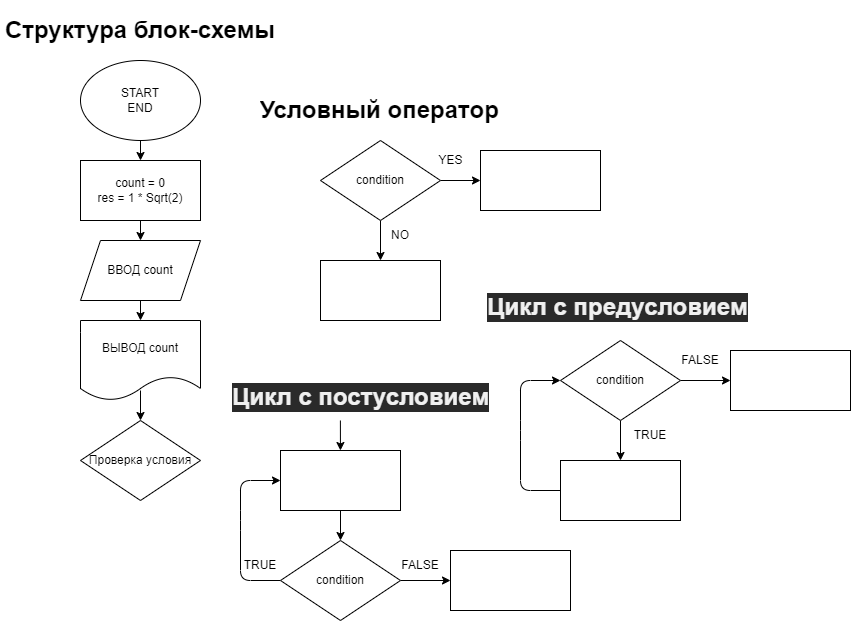
Earlier version of the draw.io export ex000.drawio.png (Evangelinka/practicum). Source tidied: cells renumbered, new cells last; positions are measured from the earlier drawing's top-left corner, leaving out a move shared by most shapes.
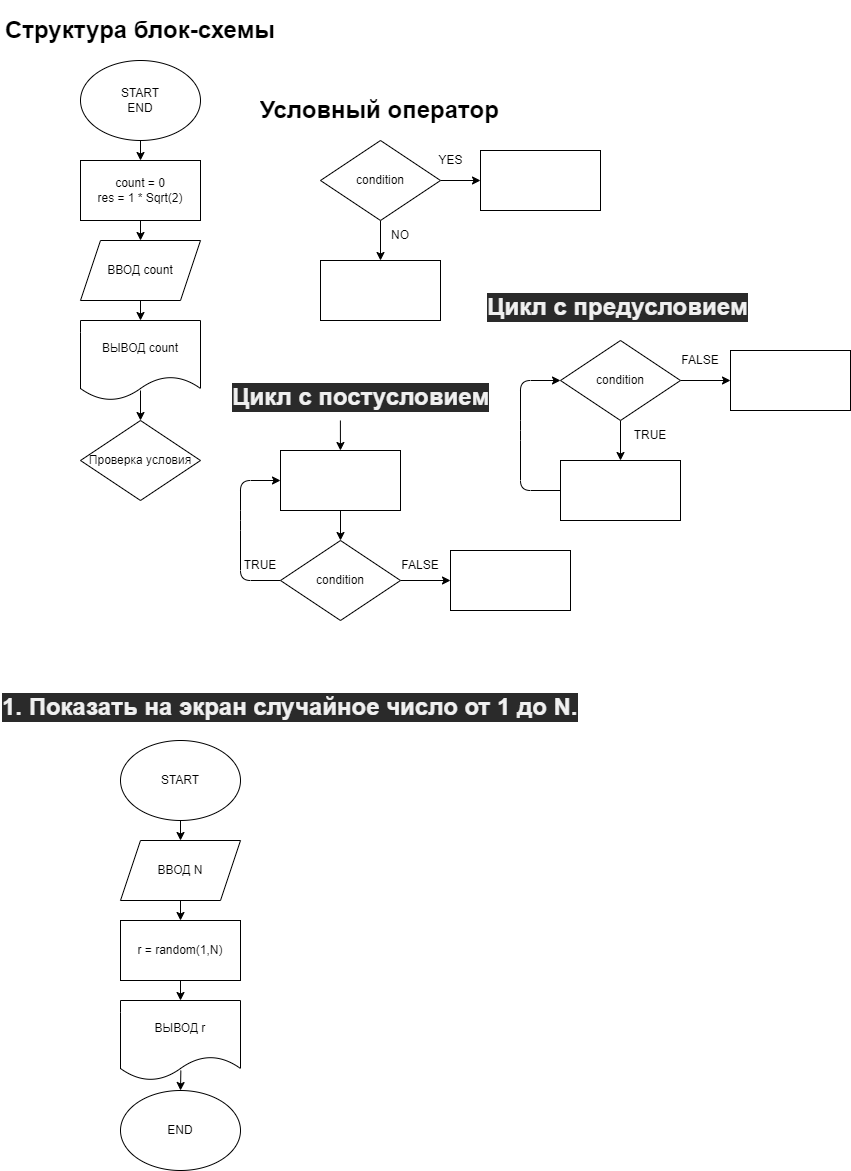
After the commit.

Commit message:
решили 1 задачу

Change to the diagram source:
```diff
@@ -127,5 +127,37 @@
     <mxCell id="38" value="FALSE" style="text;html=1;strokeColor=none;fillColor=none;align=center;verticalAlign=middle;whiteSpace=wrap;rounded=0;" parent="1" vertex="1">
       <mxGeometry x="390" y="540" width="60" height="30" as="geometry" />
     </mxCell>
+    <mxCell id="39" value="&lt;h1 style=&quot;color: rgb(240 , 240 , 240) ; font-family: &amp;#34;helvetica&amp;#34; ; font-style: normal ; letter-spacing: normal ; text-align: left ; text-indent: 0px ; text-transform: none ; word-spacing: 0px ; background-color: rgb(42 , 42 , 42)&quot;&gt;1. Показать на экран случайное число от 1 до N.&lt;/h1&gt;" style="text;whiteSpace=wrap;html=1;" parent="1" vertex="1">
+      <mxGeometry y="660" width="580" height="60" as="geometry" />
+    </mxCell>
+    <mxCell id="40" style="edgeStyle=none;html=1;exitX=0.5;exitY=1;exitDx=0;exitDy=0;entryX=0.5;entryY=0;entryDx=0;entryDy=0;" parent="1" edge="1" source="41">
+      <mxGeometry relative="1" as="geometry">
+        <mxPoint x="180" y="830" as="targetPoint" />
+      </mxGeometry>
+    </mxCell>
+    <mxCell id="41" value="START" style="ellipse;whiteSpace=wrap;html=1;" parent="1" vertex="1">
+      <mxGeometry x="120" y="730" width="120" height="80" as="geometry" />
+    </mxCell>
+    <mxCell id="42" style="edgeStyle=none;html=1;exitX=0.5;exitY=1;exitDx=0;exitDy=0;entryX=0.5;entryY=0;entryDx=0;entryDy=0;" parent="1" edge="1" source="43" target="47">
+      <mxGeometry relative="1" as="geometry" />
+    </mxCell>
+    <mxCell id="43" value="ВВОД N" style="shape=parallelogram;perimeter=parallelogramPerimeter;whiteSpace=wrap;html=1;fixedSize=1;" parent="1" vertex="1">
+      <mxGeometry x="120" y="830" width="120" height="60" as="geometry" />
+    </mxCell>
+    <mxCell id="44" style="edgeStyle=none;html=1;exitX=0.503;exitY=0.875;exitDx=0;exitDy=0;entryX=0.5;entryY=0;entryDx=0;entryDy=0;exitPerimeter=0;" parent="1" edge="1" source="45" target="48">
+      <mxGeometry relative="1" as="geometry" />
+    </mxCell>
+    <mxCell id="45" value="ВЫВОД r" style="shape=document;whiteSpace=wrap;html=1;boundedLbl=1;" parent="1" vertex="1">
+      <mxGeometry x="120" y="990" width="120" height="80" as="geometry" />
+    </mxCell>
+    <mxCell id="46" style="edgeStyle=none;html=1;exitX=0.5;exitY=1;exitDx=0;exitDy=0;entryX=0.5;entryY=0;entryDx=0;entryDy=0;" parent="1" edge="1" source="47" target="45">
+      <mxGeometry relative="1" as="geometry" />
+    </mxCell>
+    <mxCell id="47" value="r = random(1,N)" style="rounded=0;whiteSpace=wrap;html=1;" parent="1" vertex="1">
+      <mxGeometry x="120" y="910" width="120" height="60" as="geometry" />
+    </mxCell>
+    <mxCell id="48" value="END" style="ellipse;whiteSpace=wrap;html=1;" parent="1" vertex="1">
+      <mxGeometry x="120" y="1080" width="120" height="80" as="geometry" />
+    </mxCell>
   </root>
 </mxGraphModel>
```
